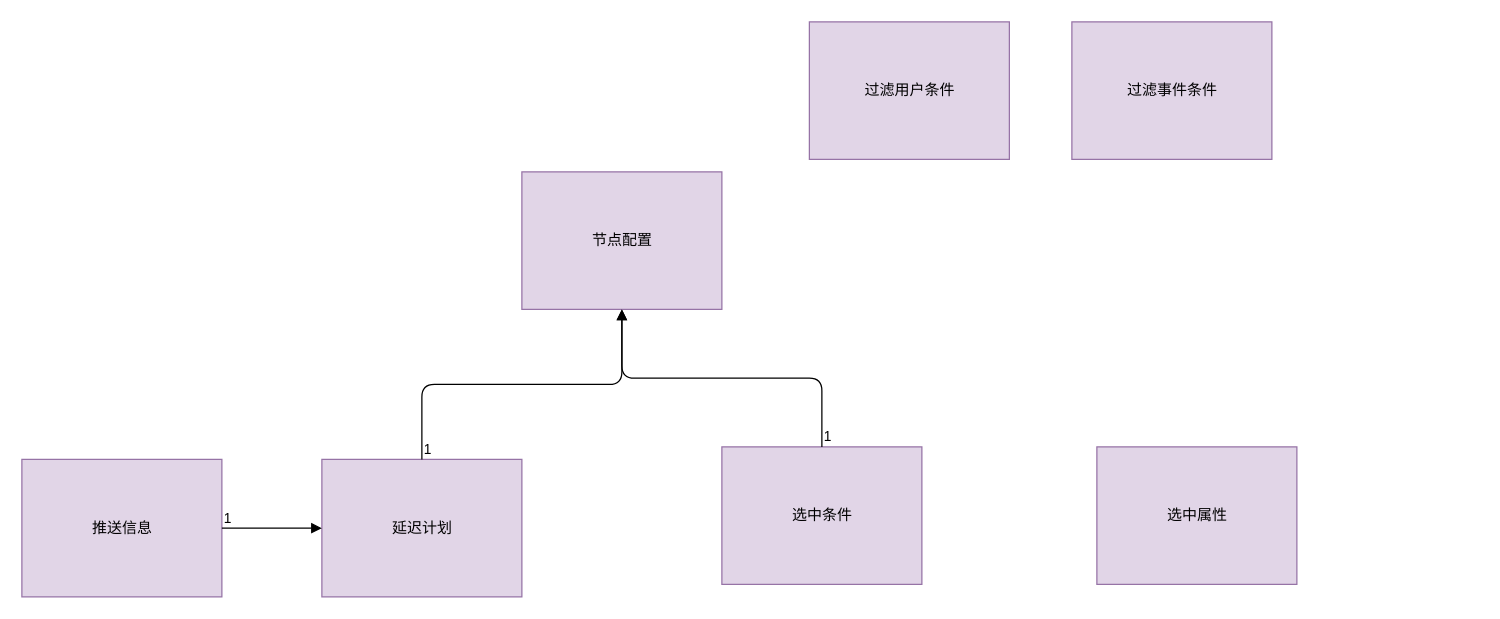
Before: 火花思维/节点配置类图.drawio in wangsenhehe/resources, a draw.io diagram. Source tidied: cells renumbered, new cells numbered last; positions are measured from the earlier drawing's top-left corner, leaving out a move shared by most shapes. Both pictures are drawn from the tidied source at 125%, with x=0, y=0 at pixel (21, 21).
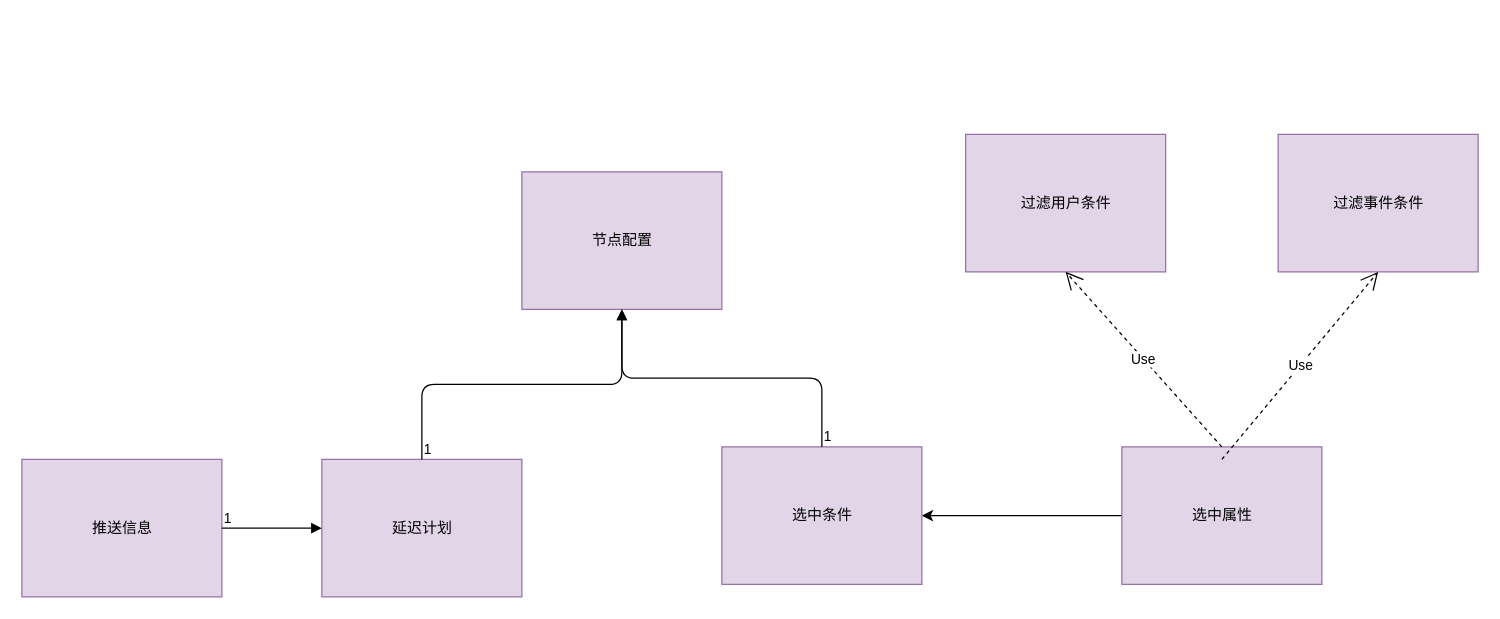
The same diagram, later.

Commit message:
更新节点配置类图.drawio

Change to the diagram source:
```diff
@@
 <mxGraphModel background="#ffffff">
   <root>
     <mxCell id="0" />
     <mxCell id="1" parent="0" />
     <mxCell id="2" value="节点配置" style="html=1;fillColor=#e1d5e7;strokeColor=#9673a6;imageWidth=200;" parent="1" vertex="1">
       <mxGeometry x="400" y="120" width="160" height="110" as="geometry" />
     </mxCell>
+    <mxCell id="15" style="edgeStyle=orthogonalEdgeStyle;rounded=0;jettySize=auto;html=1;exitX=0;exitY=0.5;exitDx=0;exitDy=0;entryX=1;entryY=0.5;entryDx=0;entryDy=0;" parent="1" edge="1" source="3" target="4">
+      <mxGeometry relative="1" as="geometry" />
+    </mxCell>
     <mxCell id="3" value="选中属性" style="html=1;fillColor=#e1d5e7;strokeColor=#9673a6;imageWidth=200;" parent="1" vertex="1">
-      <mxGeometry x="860" y="340" width="160" height="110" as="geometry" />
+      <mxGeometry x="880" y="340" width="160" height="110" as="geometry" />
     </mxCell>
     <mxCell id="4" value="选中条件" style="html=1;fillColor=#e1d5e7;strokeColor=#9673a6;imageWidth=200;" parent="1" vertex="1">
       <mxGeometry x="560" y="340" width="160" height="110" as="geometry" />
     </mxCell>
     <mxCell id="5" value="过滤事件条件" style="html=1;fillColor=#e1d5e7;strokeColor=#9673a6;imageWidth=200;" parent="1" vertex="1">
-      <mxGeometry x="840" width="160" height="110" as="geometry" />
+      <mxGeometry x="1005" y="90" width="160" height="110" as="geometry" />
     </mxCell>
     <mxCell id="6" value="过滤用户条件" style="html=1;fillColor=#e1d5e7;strokeColor=#9673a6;imageWidth=200;" parent="1" vertex="1">
-      <mxGeometry x="630" width="160" height="110" as="geometry" />
+      <mxGeometry x="755" y="90" width="160" height="110" as="geometry" />
     </mxCell>
     <mxCell id="7" value="推送信息" style="html=1;fillColor=#e1d5e7;strokeColor=#9673a6;imageWidth=200;" parent="1" vertex="1">
       <mxGeometry y="350" width="160" height="110" as="geometry" />
     </mxCell>
     <mxCell id="8" value="延迟计划" style="html=1;fillColor=#e1d5e7;strokeColor=#9673a6;imageWidth=200;" parent="1" vertex="1">
       <mxGeometry x="240" y="350" width="160" height="110" as="geometry" />
     </mxCell>
     <mxCell id="9" style="endArrow=block;endFill=1;html=1;edgeStyle=orthogonalEdgeStyle;align=left;verticalAlign=top;entryX=0;entryY=0.5;entryDx=0;entryDy=0;exitX=1;exitY=0.5;exitDx=0;exitDy=0;" parent="1" edge="1" source="7" target="8">
       <mxGeometry x="-1" relative="1" as="geometry" />
     </mxCell>
     <mxCell id="10" value="1" style="edgeLabel;html=1;align=left;verticalAlign=bottom;" parent="9" vertex="1">
       <mxGeometry x="-1" relative="1" as="geometry" />
     </mxCell>
     <mxCell id="11" style="endArrow=block;endFill=1;html=1;edgeStyle=orthogonalEdgeStyle;align=left;verticalAlign=top;entryX=0.5;entryY=1;entryDx=0;entryDy=0;exitX=0.5;exitY=0;exitDx=0;exitDy=0;" parent="1" edge="1" source="8" target="2">
       <mxGeometry x="-1" relative="1" as="geometry" />
     </mxCell>
     <mxCell id="12" value="1" style="edgeLabel;html=1;align=left;verticalAlign=bottom;" parent="11" vertex="1">
       <mxGeometry x="-1" relative="1" as="geometry" />
     </mxCell>
     <mxCell id="13" style="endArrow=block;endFill=1;html=1;edgeStyle=orthogonalEdgeStyle;align=left;verticalAlign=top;entryX=0.5;entryY=1;entryDx=0;entryDy=0;exitX=0.5;exitY=0;exitDx=0;exitDy=0;" parent="1" edge="1" source="4" target="2">
       <mxGeometry x="-1" relative="1" as="geometry" />
     </mxCell>
     <mxCell id="14" value="1" style="edgeLabel;html=1;align=left;verticalAlign=bottom;" parent="13" vertex="1">
       <mxGeometry x="-1" relative="1" as="geometry" />
     </mxCell>
+    <mxCell id="16" value="Use" style="endArrow=open;endSize=12;dashed=1;html=1;entryX=0.5;entryY=1;entryDx=0;entryDy=0;exitX=0.5;exitY=0;exitDx=0;exitDy=0;" parent="1" edge="1" source="3" target="6">
+      <mxGeometry relative="1" as="geometry" />
+    </mxCell>
+    <mxCell id="17" value="Use" style="endArrow=open;endSize=12;dashed=1;html=1;entryX=0.5;entryY=1;entryDx=0;entryDy=0;" parent="1" edge="1" target="5">
+      <mxGeometry relative="1" as="geometry">
+        <mxPoint x="960" y="350" as="sourcePoint" />
+      </mxGeometry>
+    </mxCell>
   </root>
 </mxGraphModel>
```
